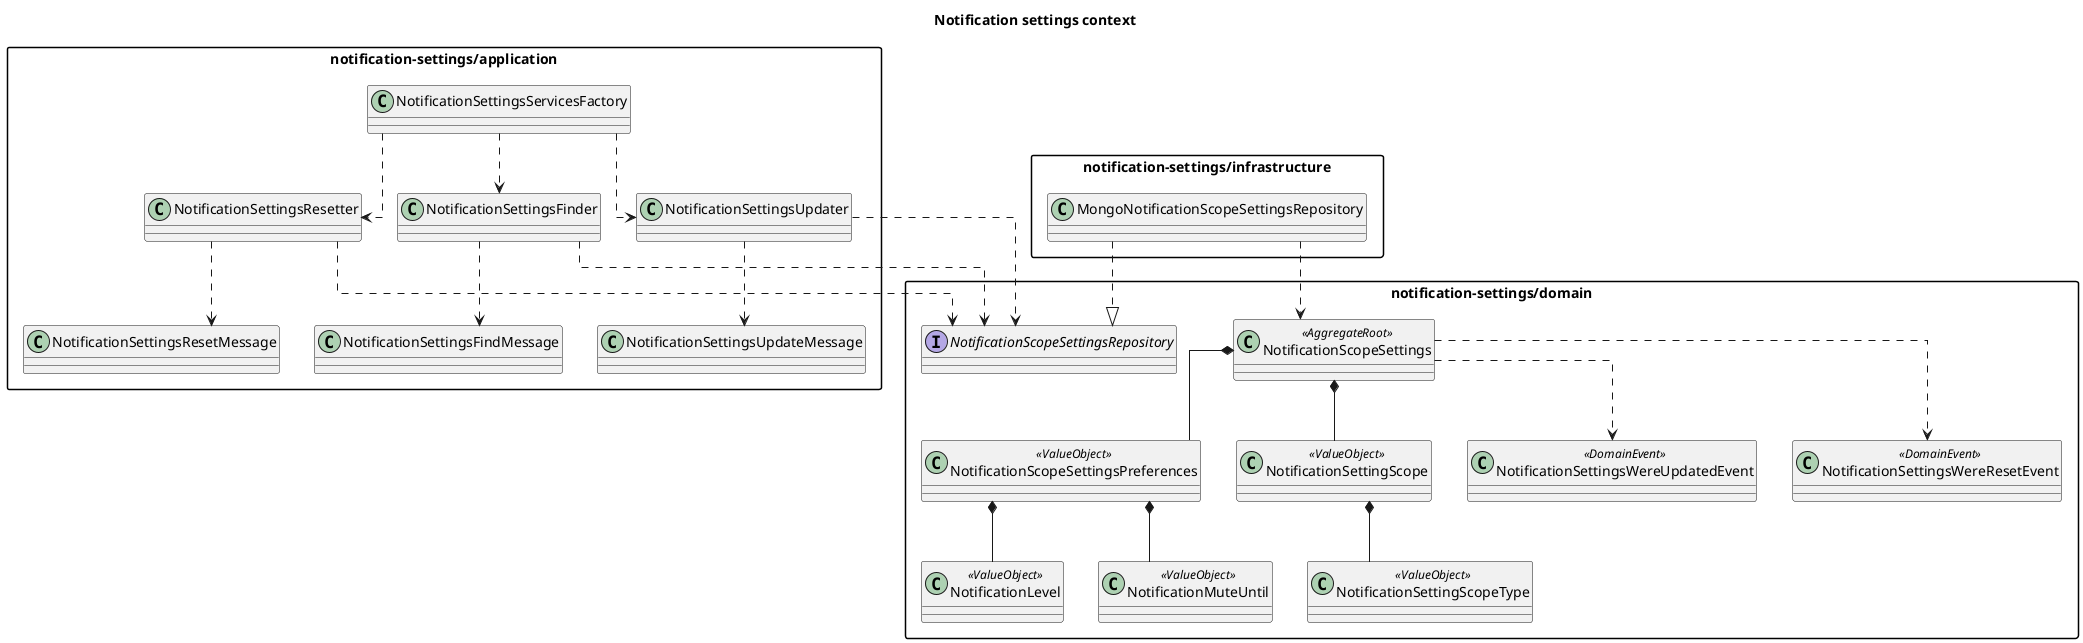
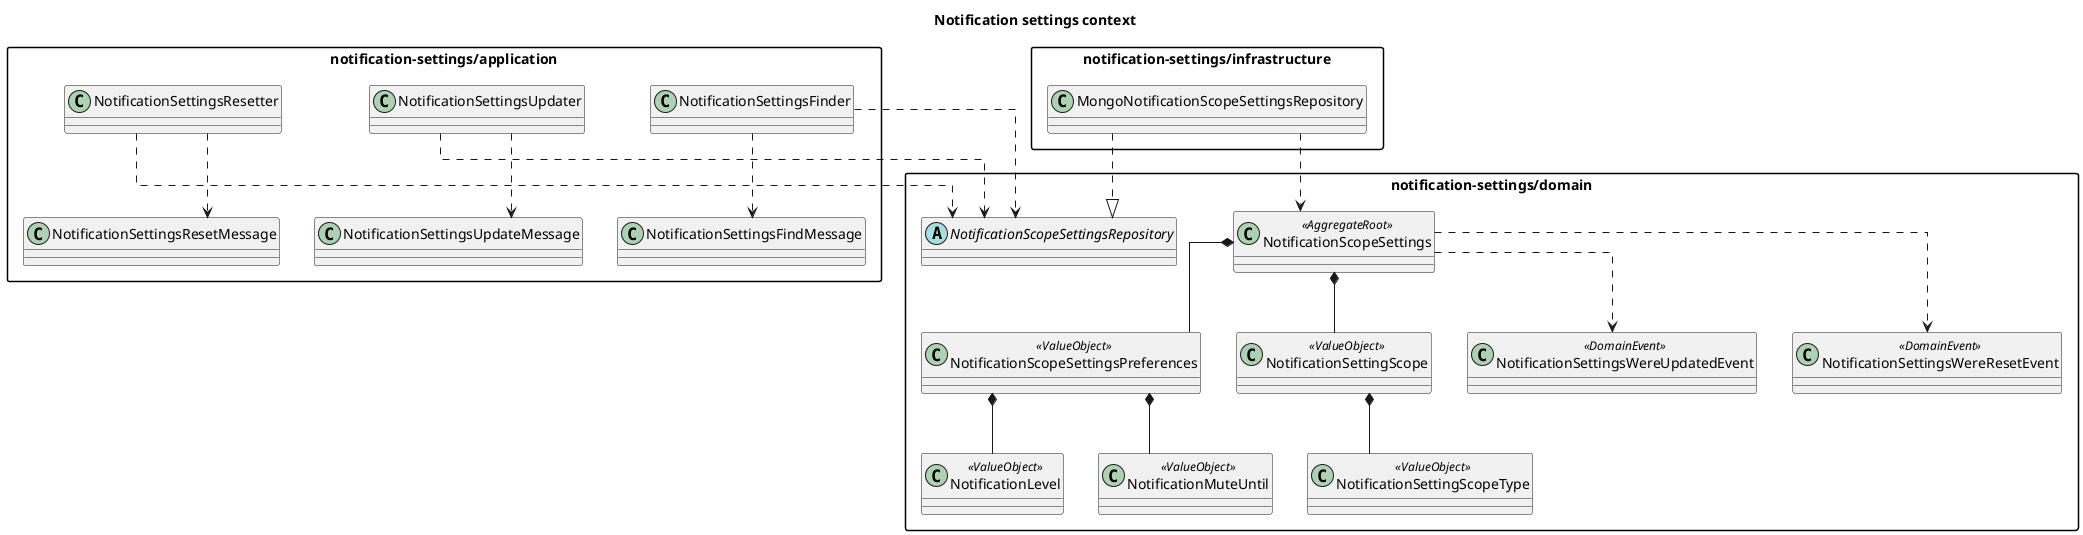
@startuml NotificationSettingsClasses
title Notification settings context

skinparam packageStyle rectangle
skinparam linetype ortho

package "notification-settings/domain" {
  class NotificationScopeSettings <<AggregateRoot>>
  class NotificationScopeSettingsPreferences <<ValueObject>>
  class NotificationLevel <<ValueObject>>
  class NotificationMuteUntil <<ValueObject>>
  class NotificationSettingScope <<ValueObject>>
  class NotificationSettingScopeType <<ValueObject>>

-   interface NotificationScopeSettingsRepository
+   abstract class NotificationScopeSettingsRepository

  class NotificationSettingsWereUpdatedEvent <<DomainEvent>>
  class NotificationSettingsWereResetEvent <<DomainEvent>>
}

package "notification-settings/application" {
  class NotificationSettingsFinder
  class NotificationSettingsUpdater
  class NotificationSettingsResetter
-   class NotificationSettingsServicesFactory
  class NotificationSettingsFindMessage
  class NotificationSettingsUpdateMessage
  class NotificationSettingsResetMessage
}

package "notification-settings/infrastructure" {
  class MongoNotificationScopeSettingsRepository
}

NotificationScopeSettings *-- NotificationScopeSettingsPreferences
NotificationScopeSettings *-- NotificationSettingScope
NotificationScopeSettingsPreferences *-- NotificationLevel
NotificationScopeSettingsPreferences *-- NotificationMuteUntil
NotificationSettingScope *-- NotificationSettingScopeType

NotificationScopeSettings ..> NotificationSettingsWereUpdatedEvent
NotificationScopeSettings ..> NotificationSettingsWereResetEvent

NotificationSettingsFinder ..> NotificationSettingsFindMessage
NotificationSettingsFinder ..> NotificationScopeSettingsRepository
NotificationSettingsUpdater ..> NotificationSettingsUpdateMessage
NotificationSettingsUpdater ..> NotificationScopeSettingsRepository
NotificationSettingsResetter ..> NotificationSettingsResetMessage
NotificationSettingsResetter ..> NotificationScopeSettingsRepository
- NotificationSettingsServicesFactory ..> NotificationSettingsFinder
- NotificationSettingsServicesFactory ..> NotificationSettingsUpdater
- NotificationSettingsServicesFactory ..> NotificationSettingsResetter
- 
MongoNotificationScopeSettingsRepository ..|> NotificationScopeSettingsRepository
MongoNotificationScopeSettingsRepository ..> NotificationScopeSettings

@enduml
